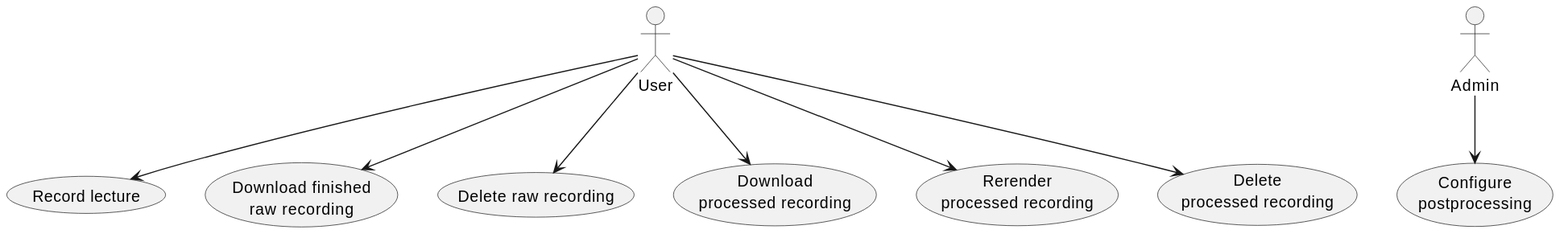
The PlantUML diagram frontend/doc/use-cases.svg in fknauf/ise-recorder, before a commit.
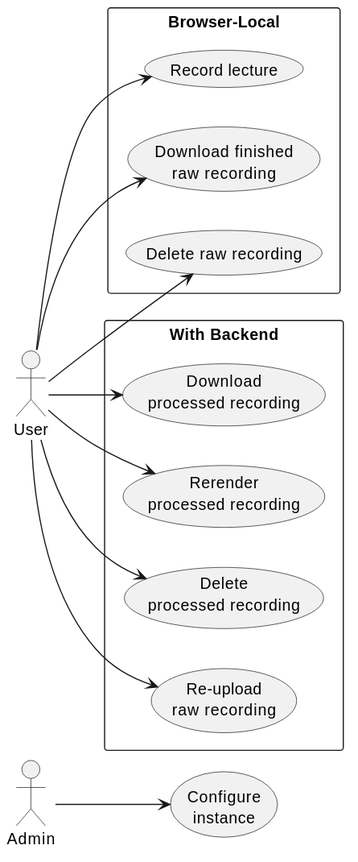
Later version of the same file.

What changed in the source:
```diff
@@ -1,12 +1,28 @@
 @startuml
+left to right direction
+
+:Admin:
 :User:
-:Admin:
 
-User --_> (Record lecture)
-User --_> (Download finished\nraw recording)
-User --_> (Delete raw recording)
-User --_> (Download\nprocessed recording)
-User --_> (Rerender\nprocessed recording)
-User --_> (Delete\nprocessed recording)
-Admin --_> (Configure\npostprocessing)
+rectangle "Browser-Local" {
+    usecase "Delete raw recording" as UC3
+    usecase "Download finished\nraw recording" as UC2
+    usecase "Record lecture" as UC1
+}
+
+rectangle "With Backend" {
+    usecase "Re-upload\nraw recording" as UC7
+    usecase "Delete\nprocessed recording" as UC6
+    usecase "Rerender\nprocessed recording" as UC5
+    usecase "Download\nprocessed recording" as UC4
+}
+
+Admin --_> (Configure\ninstance)
+User --_> UC1
+User --_> UC2
+User --_> UC3
+User --_> UC4
+User --_> UC5
+User --_> UC6
+User --_> UC7
 @enduml
```
